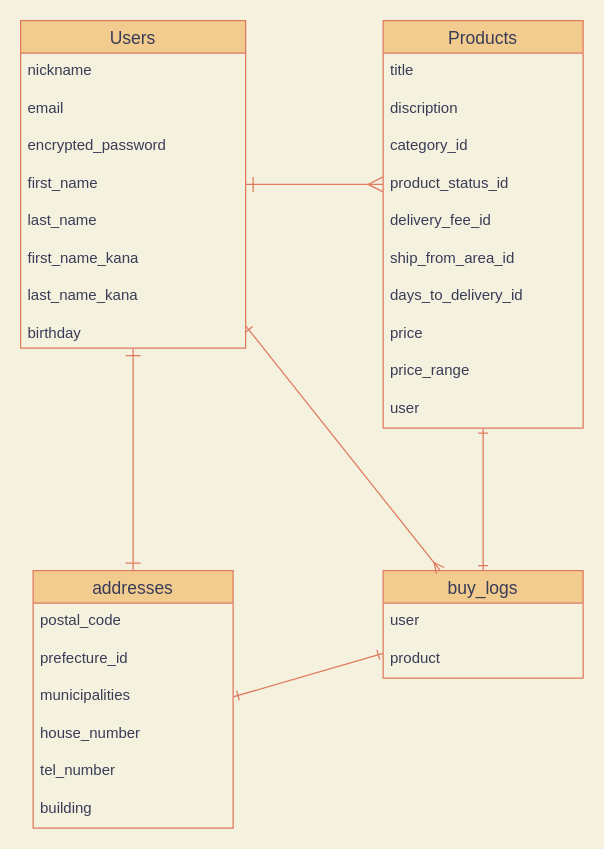
Before: furima.dio in shisoshiso/furima-30312, a draw.io diagram. Source tidied: cells renumbered, new cells numbered last; positions are measured from the earlier drawing's top-left corner, leaving out a move shared by most shapes. Both pictures are drawn from the tidied source at 125%, with x=0, y=0 at pixel (20, 20).
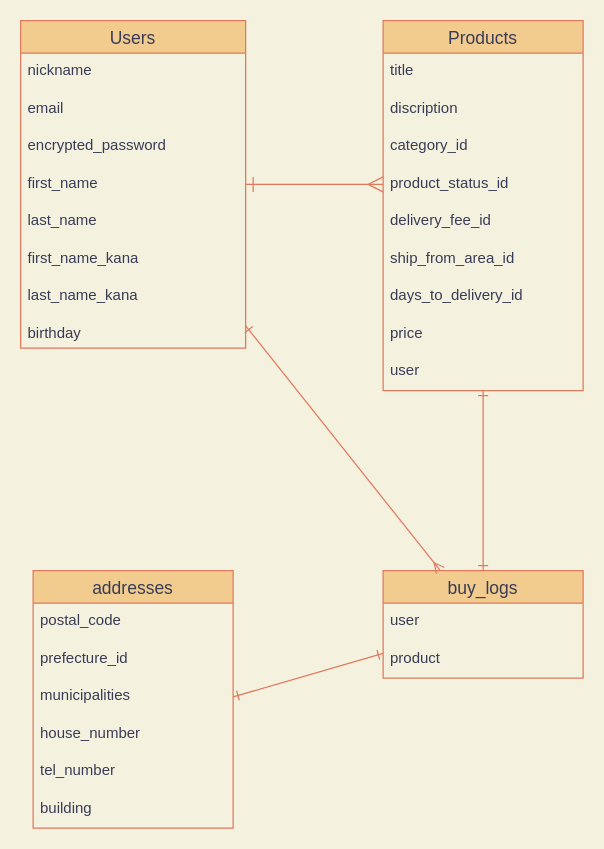
The same diagram, later.

The change refers to these unchanged cells:
```xml
<mxCell id="10" value="birthday" style="text;strokeColor=none;fillColor=none;spacingLeft=4;spacingRight=4;overflow=hidden;points=[[0,0.5],[1,0.5]];portConstraint=eastwest;fontSize=12;fontColor=#393C56;" parent="2" vertex="1">
  <mxGeometry y="236" width="180" height="26" as="geometry" />
</mxCell>
<mxCell id="11" value="addresses" style="swimlane;fontStyle=0;horizontal=1;startSize=26;align=center;fontSize=14;fillColor=#F2CC8F;strokeColor=#E07A5F;fontColor=#393C56;" parent="1" vertex="1">
  <mxGeometry x="10" y="440" width="160" height="206" as="geometry" />
</mxCell>
```

Diff of the diagram source:
```diff
@@
     <mxCell id="18" value="Products" style="swimlane;fontStyle=0;horizontal=1;startSize=26;align=center;fontSize=14;fillColor=#F2CC8F;strokeColor=#E07A5F;fontColor=#393C56;" parent="1" vertex="1">
-      <mxGeometry x="290" width="160" height="326" as="geometry" />
+      <mxGeometry x="290" width="160" height="296" as="geometry" />
     </mxCell>
@@
-    <mxCell id="27" value="price_range" style="text;strokeColor=none;fillColor=none;spacingLeft=4;spacingRight=4;overflow=hidden;fontSize=12;fontColor=#393C56;" parent="18" vertex="1">
-      <mxGeometry y="266" width="160" height="30" as="geometry" />
-    </mxCell>
     <mxCell id="28" value="user" style="text;strokeColor=none;fillColor=none;spacingLeft=4;spacingRight=4;overflow=hidden;fontSize=12;fontColor=#393C56;" parent="18" vertex="1">
-      <mxGeometry y="296" width="160" height="30" as="geometry" />
+      <mxGeometry y="266" width="160" height="30" as="geometry" />
     </mxCell>
@@
-    <mxCell id="33" style="edgeStyle=orthogonalEdgeStyle;rounded=0;jettySize=auto;html=1;startArrow=ERone;startFill=0;startSize=10;sourcePerimeterSpacing=10;endArrow=ERone;endFill=0;endSize=10;targetPerimeterSpacing=10;entryX=0.5;entryY=0;entryDx=0;entryDy=0;entryPerimeter=0;exitX=0.5;exitY=1;exitDx=0;exitDy=0;exitPerimeter=0;strokeColor=#E07A5F;fontColor=#393C56;labelBackgroundColor=#F4F1DE;" parent="1" edge="1" source="10" target="11">
-      <mxGeometry relative="1" as="geometry" />
-    </mxCell>
```
